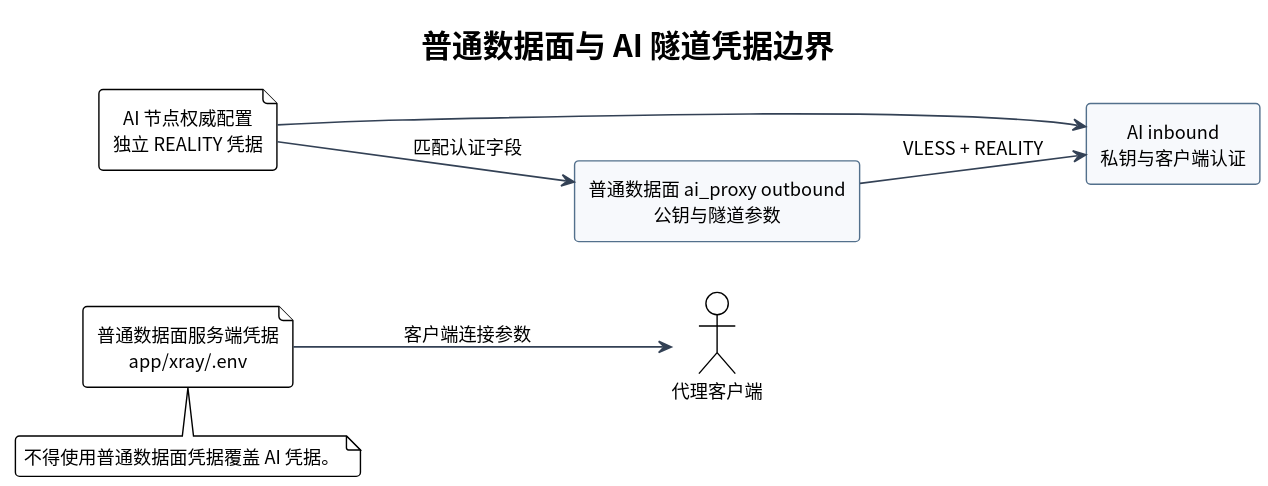
Before: docs/diagrams/ai-credential-boundaries.svg, a diagram exported from PlantUML (i-zrhe2016/ai-routing-panel). Its diagram source:
```plantuml
@startuml
!include style.iuml
title 普通数据面与 AI 隧道凭据边界
left to right direction
file "普通数据面服务端凭据\napp/xray/.env" as normal
actor "代理客户端" as client
file "AI 节点权威配置\n独立 REALITY 凭据" as authority
component "AI inbound\n私钥与客户端认证" as inbound
component "普通数据面 ai_proxy outbound\n公钥与隧道参数" as outbound
normal --> client : 客户端连接参数
authority --> inbound
authority --> outbound : 匹配认证字段
outbound --> inbound : VLESS + REALITY
note bottom of normal
不得使用普通数据面凭据覆盖 AI 凭据。
end note
@enduml
```
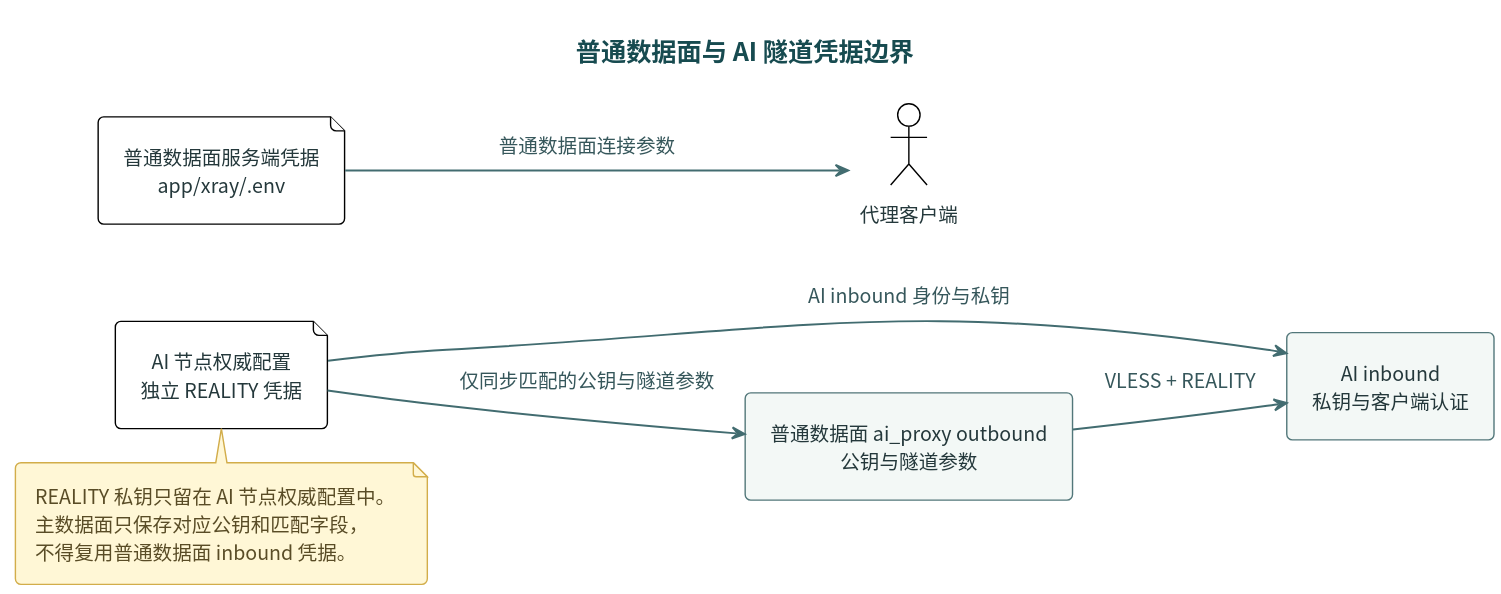
After the commit.

What changed in the source:
```diff
@@ -7,11 +7,13 @@
 file "AI 节点权威配置\n独立 REALITY 凭据" as authority
 component "AI inbound\n私钥与客户端认证" as inbound
 component "普通数据面 ai_proxy outbound\n公钥与隧道参数" as outbound
-normal --> client : 客户端连接参数
-authority --> inbound
-authority --> outbound : 匹配认证字段
+normal --> client : 普通数据面连接参数
+authority --> inbound : AI inbound 身份与私钥
+authority --> outbound : 仅同步匹配的公钥与隧道参数
 outbound --> inbound : VLESS + REALITY
-note bottom of normal
-不得使用普通数据面凭据覆盖 AI 凭据。
+note bottom of authority
+REALITY 私钥只留在 AI 节点权威配置中。
+主数据面只保存对应公钥和匹配字段，
+不得复用普通数据面 inbound 凭据。
 end note
 @enduml
```
